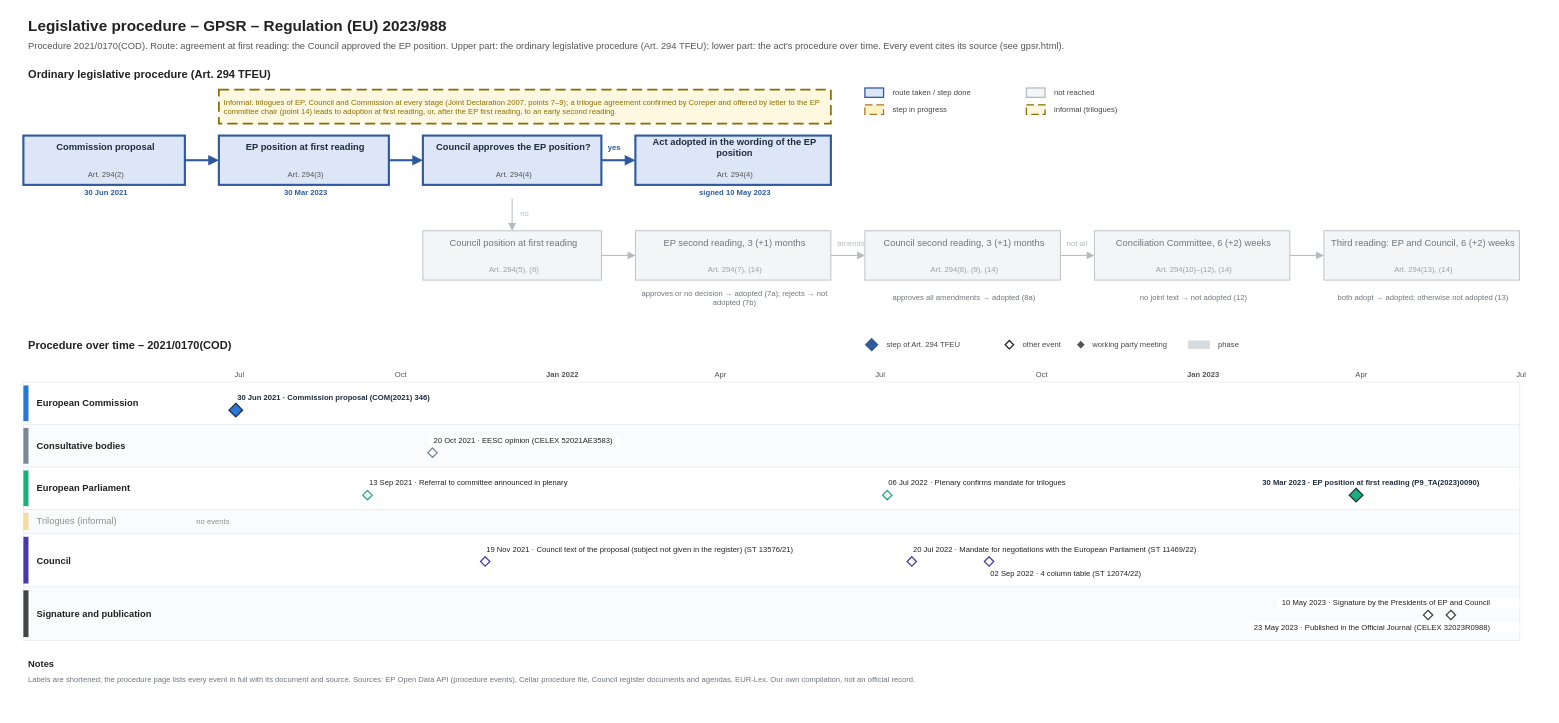
git-z0man/eu-regulation-timeline keeps this draw.io diagram as procedures/gpsr.drawio. Above is the earlier version. Source tidied: cells renumbered, new cells numbered last; positions are measured from the earlier drawing's top-left corner, leaving out a move shared by most shapes. Both pictures are drawn from the tidied source at 85%, with x=0, y=0 at pixel (14, 14).
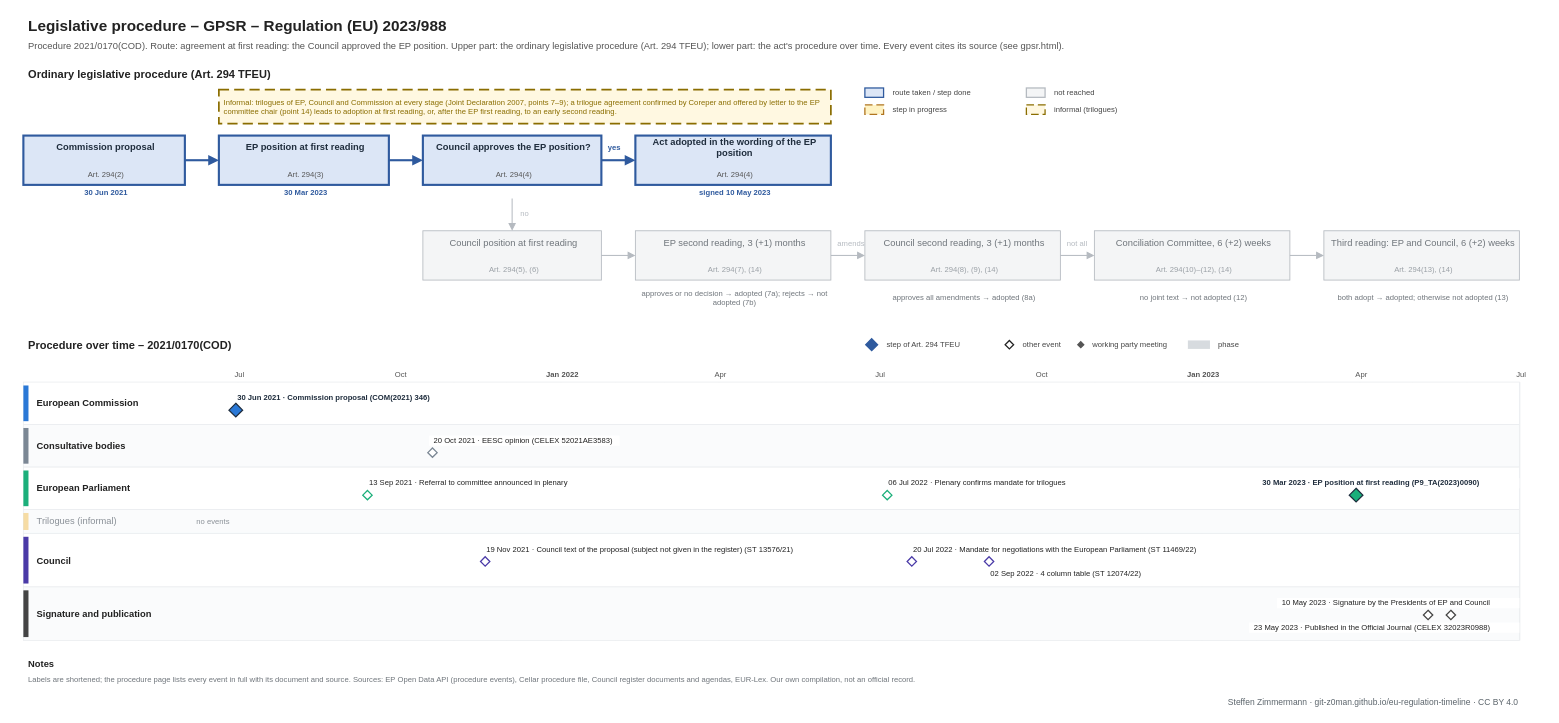
The same diagram, later.

The edit, as a diff of the source:
```diff
@@
+    <mxCell id="146" value="Steffen Zimmermann · git-z0man.github.io/eu-regulation-timeline · CC BY 4.0" style="text;html=1;fontSize=10;fontColor=#5b646b;align=right;verticalAlign=middle;spacingLeft=4;" parent="1" vertex="1">
+      <mxGeometry x="10" y="800" width="1760" height="16" as="geometry" />
+    </mxCell>
```
